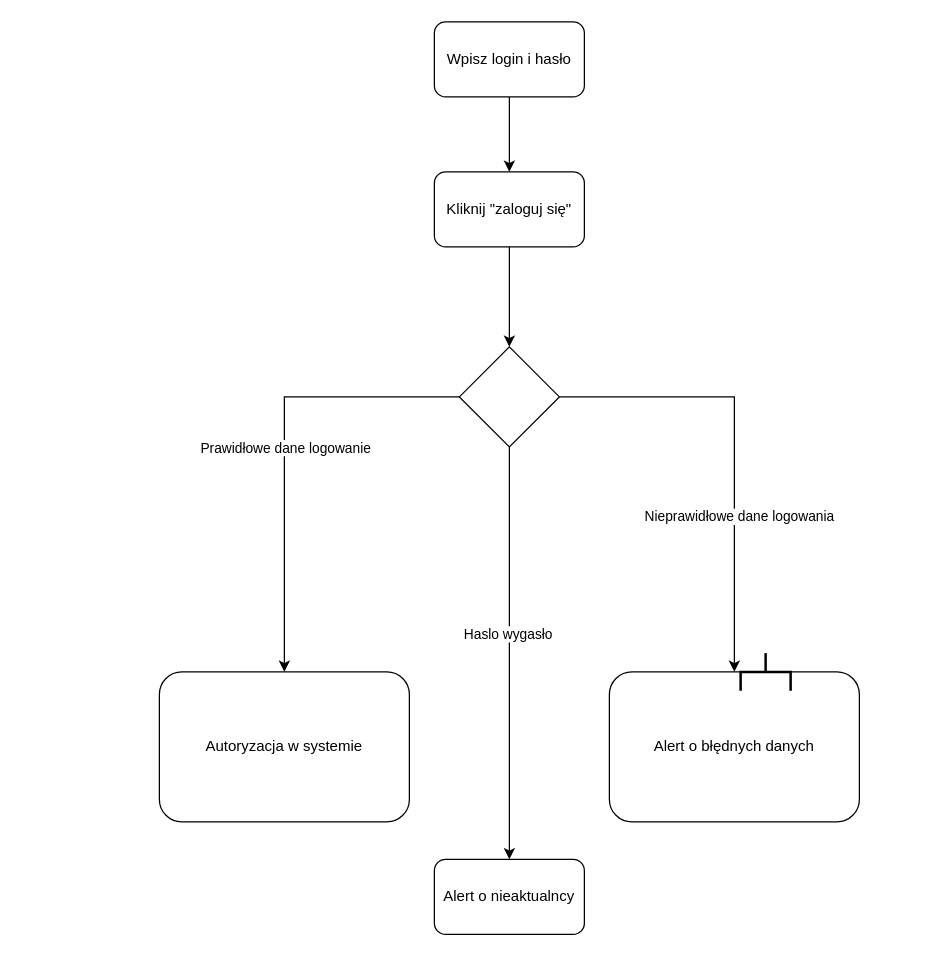
Earlier version of the draw.io diagram koncowy_diagram czynności.drawio (JuliaZofiaCodes/ASI). Source tidied: cells renumbered, new cells numbered last; positions are measured from the earlier drawing's top-left corner, leaving out a move shared by most shapes. Both pictures are drawn from the tidied source at 125%, with x=0, y=0 at pixel (159, 21).
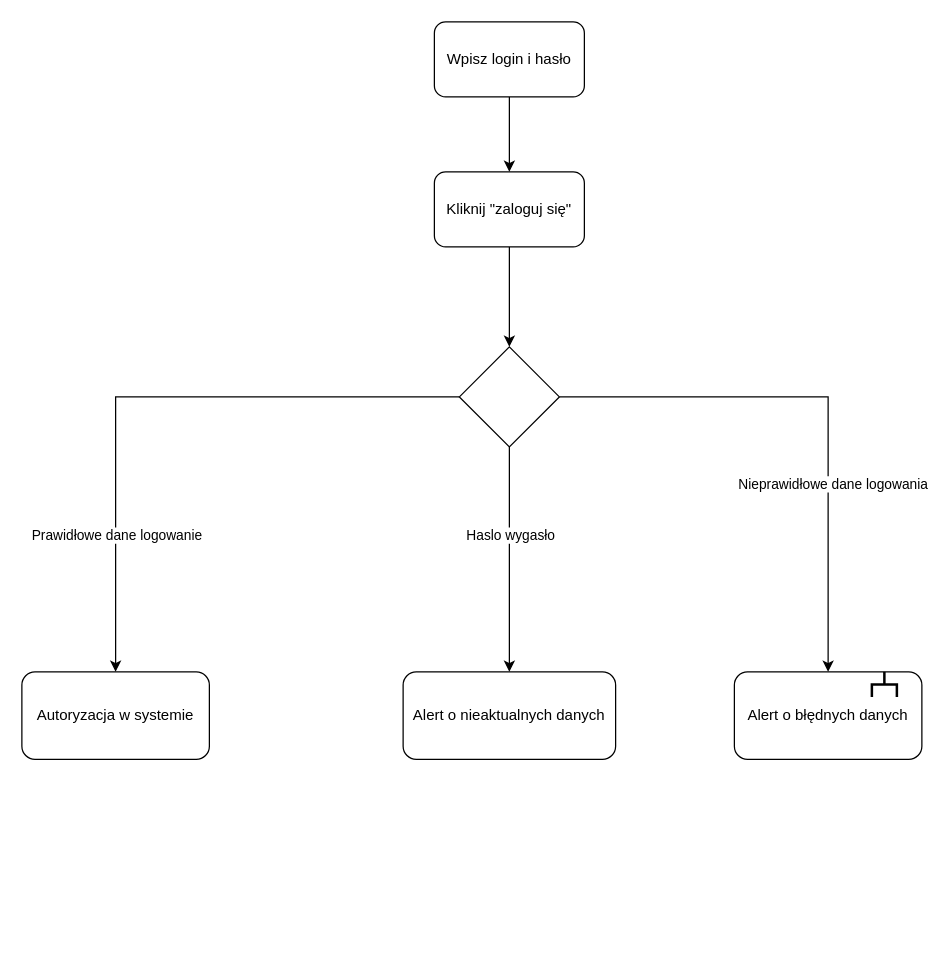
The same page after the edit.

Change to the diagram source:
```diff
@@
 <mxGraphModel>
   <root>
     <mxCell id="0" />
     <mxCell id="1" parent="0" />
     <mxCell id="2" style="edgeStyle=orthogonalEdgeStyle;rounded=0;jettySize=auto;html=1;" parent="1" edge="1" source="3" target="10">
       <mxGeometry relative="1" as="geometry" />
     </mxCell>
     <mxCell id="3" value="Kliknij &quot;zaloguj się&quot;" style="rounded=1;whiteSpace=wrap;html=1;" parent="1" vertex="1">
       <mxGeometry x="220" y="120" width="120" height="60" as="geometry" />
     </mxCell>
     <mxCell id="4" style="edgeStyle=orthogonalEdgeStyle;rounded=0;jettySize=auto;html=1;" parent="1" edge="1" source="10" target="11">
       <mxGeometry relative="1" as="geometry" />
     </mxCell>
     <mxCell id="5" value="Nieprawidłowe dane logowania" style="edgeLabel;html=1;align=center;verticalAlign=middle;" parent="4" vertex="1">
       <mxGeometry x="0.31" y="3" relative="1" as="geometry">
         <mxPoint y="-1" as="offset" />
       </mxGeometry>
     </mxCell>
     <mxCell id="6" style="edgeStyle=orthogonalEdgeStyle;rounded=0;jettySize=auto;html=1;" parent="1" edge="1" source="10" target="13">
       <mxGeometry relative="1" as="geometry" />
     </mxCell>
     <mxCell id="7" value="Haslo wygasło" style="edgeLabel;html=1;align=center;verticalAlign=middle;" parent="6" vertex="1">
-      <mxGeometry x="-0.1" y="-2" relative="1" as="geometry" />
+      <mxGeometry x="-0.1" y="-2" relative="1" as="geometry">
+        <mxPoint x="2" y="-11" as="offset" />
+      </mxGeometry>
     </mxCell>
     <mxCell id="8" style="edgeStyle=orthogonalEdgeStyle;rounded=0;jettySize=auto;html=1;entryX=0.5;entryY=0;entryDx=0;entryDy=0;" parent="1" edge="1" source="10" target="14">
       <mxGeometry relative="1" as="geometry" />
     </mxCell>
     <mxCell id="9" value="Prawidłowe dane logowanie" style="edgeLabel;html=1;align=center;verticalAlign=middle;" parent="8" vertex="1">
-      <mxGeometry relative="1" as="geometry" />
+      <mxGeometry relative="1" as="geometry">
+        <mxPoint x="-27" y="110" as="offset" />
+      </mxGeometry>
     </mxCell>
     <mxCell id="10" style="rhombus;whiteSpace=wrap;html=1;" parent="1" vertex="1">
       <mxGeometry x="240" y="260" width="80" height="80" as="geometry" />
     </mxCell>
     <mxCell id="11" value="Alert o błędnych danych" style="rounded=1;whiteSpace=wrap;html=1;" parent="1" vertex="1">
-      <mxGeometry x="360" y="520" width="200" height="120" as="geometry" />
+      <mxGeometry x="460" y="520" width="150" height="70" as="geometry" />
     </mxCell>
     <mxCell id="12" style="strokeWidth=2;html=1;shape=mxgraph.flowchart.annotation_2;align=left;labelPosition=right;rotation=90;" parent="1" vertex="1">
-      <mxGeometry x="470" y="500" width="30" height="40" as="geometry" />
+      <mxGeometry x="570" y="520" width="20" height="20" as="geometry" />
     </mxCell>
-    <mxCell id="13" value="Alert o nieaktualncy" style="rounded=1;whiteSpace=wrap;html=1;" parent="1" vertex="1">
-      <mxGeometry x="220" y="670" width="120" height="60" as="geometry" />
+    <mxCell id="13" value="Alert o nieaktualnych danych" style="rounded=1;whiteSpace=wrap;html=1;" parent="1" vertex="1">
+      <mxGeometry x="195" y="520" width="170" height="70" as="geometry" />
     </mxCell>
     <mxCell id="14" value="Autoryzacja w systemie" style="rounded=1;whiteSpace=wrap;html=1;" parent="1" vertex="1">
-      <mxGeometry y="520" width="200" height="120" as="geometry" />
+      <mxGeometry x="-110" y="520" width="150" height="70" as="geometry" />
     </mxCell>
     <mxCell id="15" style="edgeStyle=orthogonalEdgeStyle;rounded=0;jettySize=auto;html=1;" parent="1" edge="1" source="16" target="3">
       <mxGeometry relative="1" as="geometry" />
     </mxCell>
     <mxCell id="16" value="Wpisz login i hasło" style="rounded=1;whiteSpace=wrap;html=1;" parent="1" vertex="1">
       <mxGeometry x="220" width="120" height="60" as="geometry" />
     </mxCell>
   </root>
 </mxGraphModel>
```
